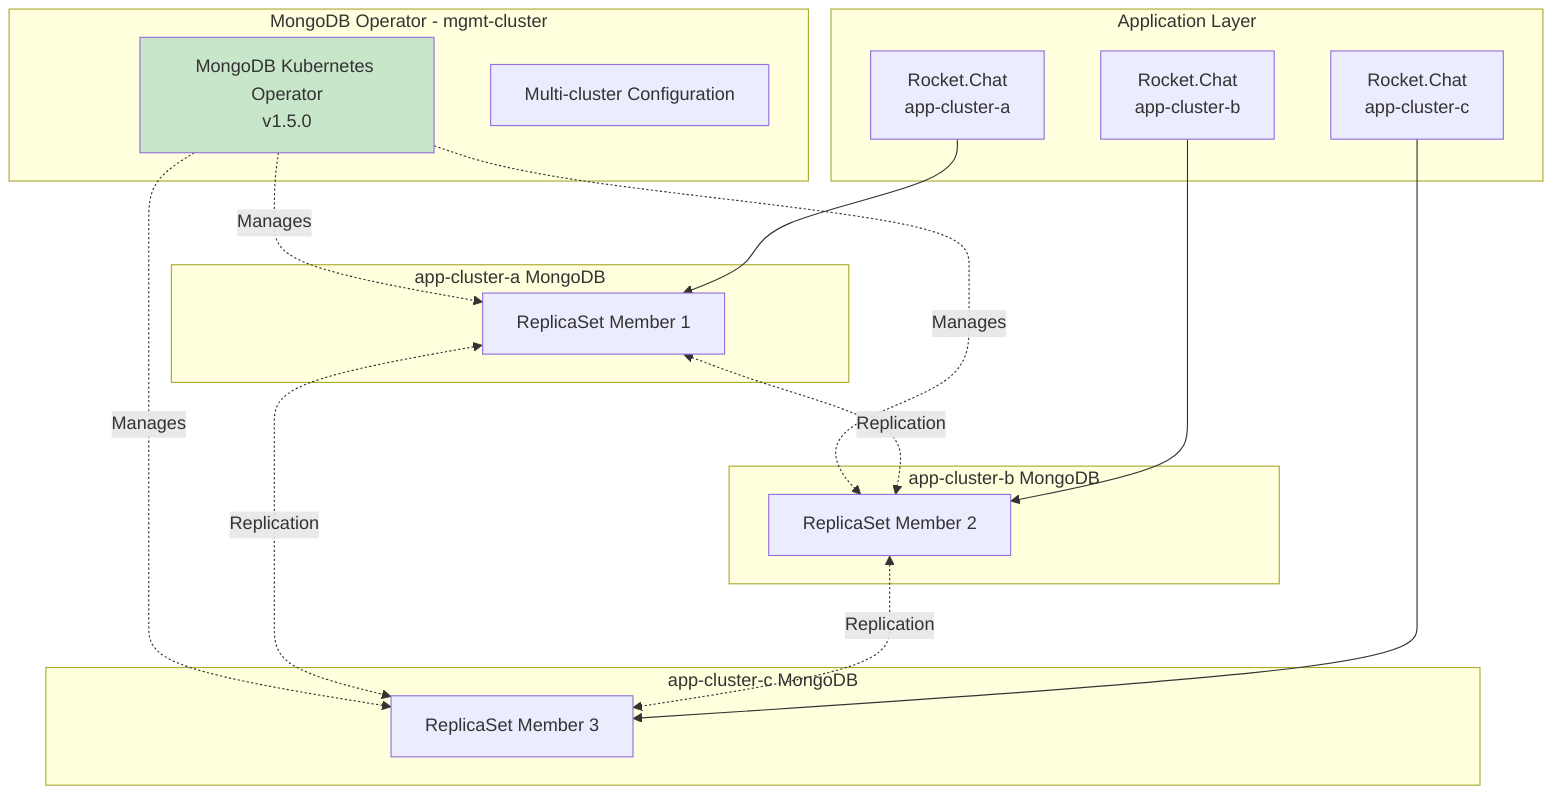
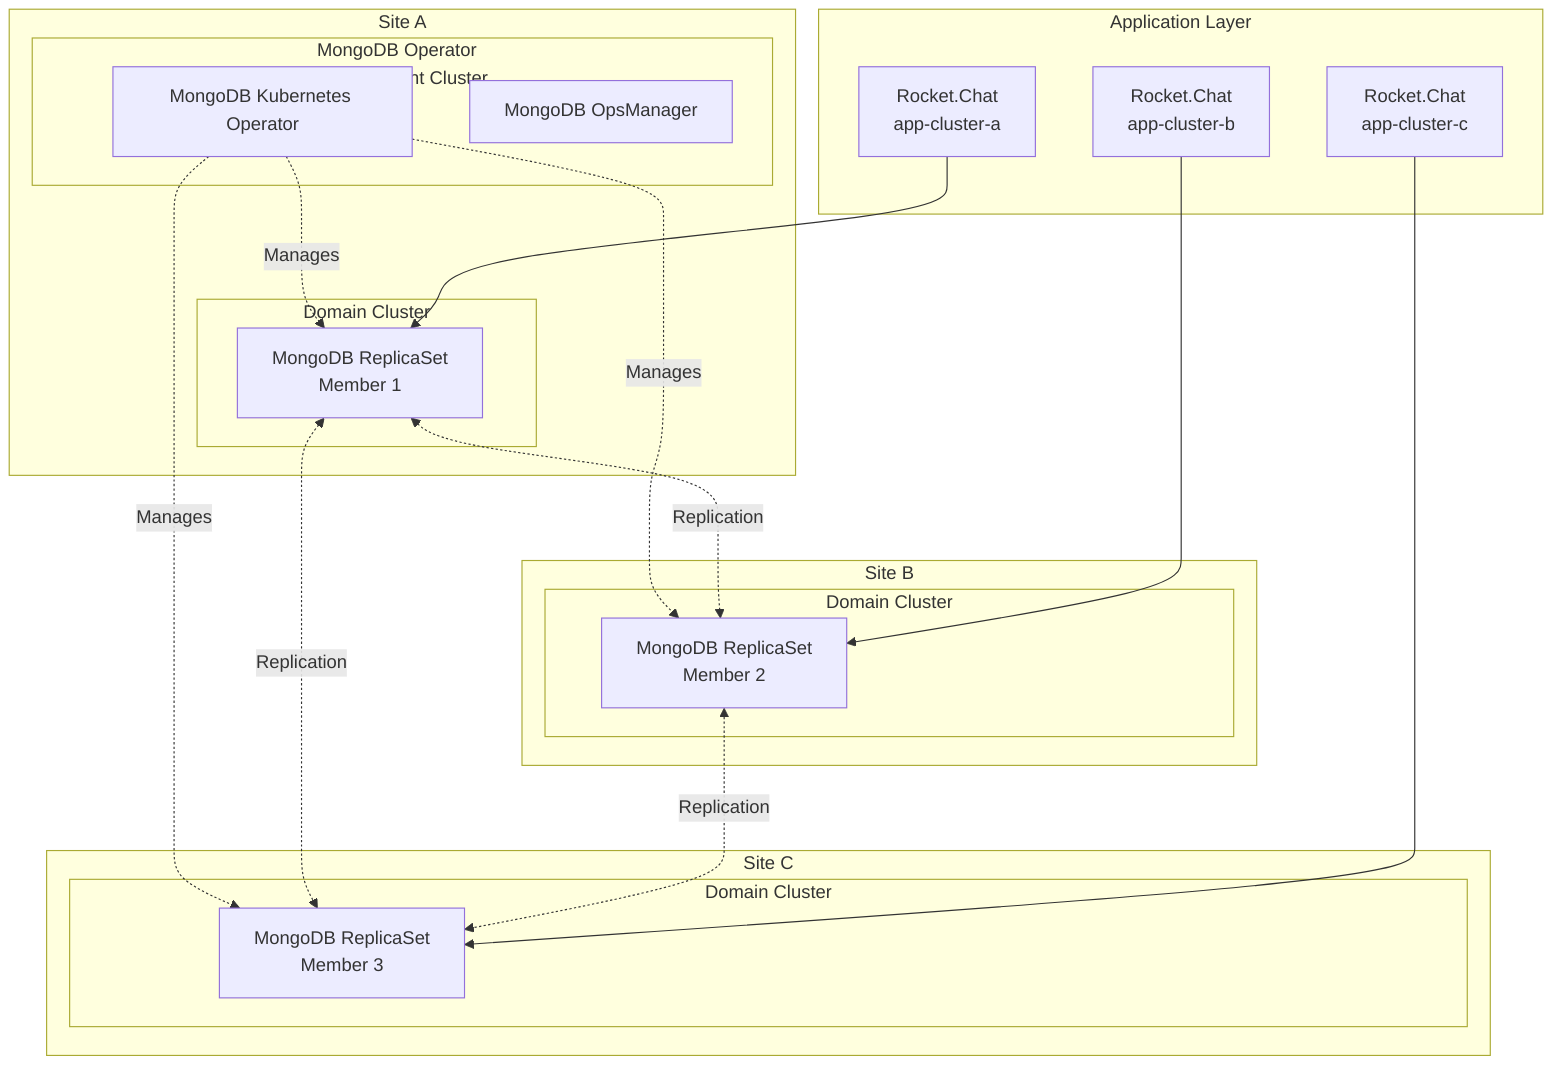
flowchart TB
-     subgraph cluster_1_Operator["MongoDB Operator - mgmt-cluster"]
-         MongoOp["MongoDB Kubernetes Operator<br/>v1.5.0"]
-         OpConfig["Multi-cluster Configuration"]
-         MongoOp["MongoDB Kubernetes Operator<br/>v1.5.0"]
-         OpConfig["Multi-cluster Configuration"]
+ subgraph site_A["Site A"]
+     subgraph cluster_1_Operator["MongoDB Operator<br/>Management Cluster"]
+         MongoOp["MongoDB Kubernetes Operator"]
+         MongoOps["MongoDB OpsManager"]
    end
-     subgraph cluster_2_Site_AD_DB["app-cluster-a MongoDB"]
-         Site_AD_RS["ReplicaSet Member 1"]
-         Site_AD_RS["ReplicaSet Member 1"]
+     subgraph cluster_2_Site_AD_DB["Domain Cluster"]
+         Site_AD_RS["MongoDB ReplicaSet<br/>Member 1"]
    end
-     subgraph cluster_3_Site_BD_DB["app-cluster-b MongoDB"]
-         Site_BD_RS["ReplicaSet Member 2"]
-         Site_BD_RS["ReplicaSet Member 2"]
+ end
+ subgraph site_B["Site B"]
+     subgraph cluster_3_Site_BD_DB["Domain Cluster"]
+         Site_BD_RS["MongoDB ReplicaSet<br/>Member 2"]
    end
-     subgraph cluster_4_Site_CD_DB["app-cluster-c MongoDB"]
-         Site_CD_RS["ReplicaSet Member 3"]
-         Site_CD_RS["ReplicaSet Member 3"]
+ end
+ subgraph site_C["Site C"]
+     subgraph cluster_4_Site_CD_DB["Domain Cluster"]
+         Site_CD_RS["MongoDB ReplicaSet<br/>Member 3"]
    end
+ end
    subgraph cluster_5_Apps["Application Layer"]
-         RC_Site_A["Rocket.Chat<br/>app-cluster-a"]
-         RC_Site_B["Rocket.Chat<br/>app-cluster-b"]
-         RC_Site_C["Rocket.Chat<br/>app-cluster-c"]
        RC_Site_A["Rocket.Chat<br/>app-cluster-a"]
        RC_Site_B["Rocket.Chat<br/>app-cluster-b"]
        RC_Site_C["Rocket.Chat<br/>app-cluster-c"]
    end
    MongoOp -.Manages.-> Site_AD_RS
    MongoOp -.Manages.-> Site_BD_RS
    MongoOp -.Manages.-> Site_CD_RS
    Site_AD_RS <-.Replication.-> Site_BD_RS
    Site_AD_RS <-.Replication.-> Site_CD_RS
    Site_BD_RS <-.Replication.-> Site_CD_RS
    RC_Site_A --> Site_AD_RS
    RC_Site_B --> Site_BD_RS
    RC_Site_C --> Site_CD_RS
-     style MongoOp fill:#c8e6c9
